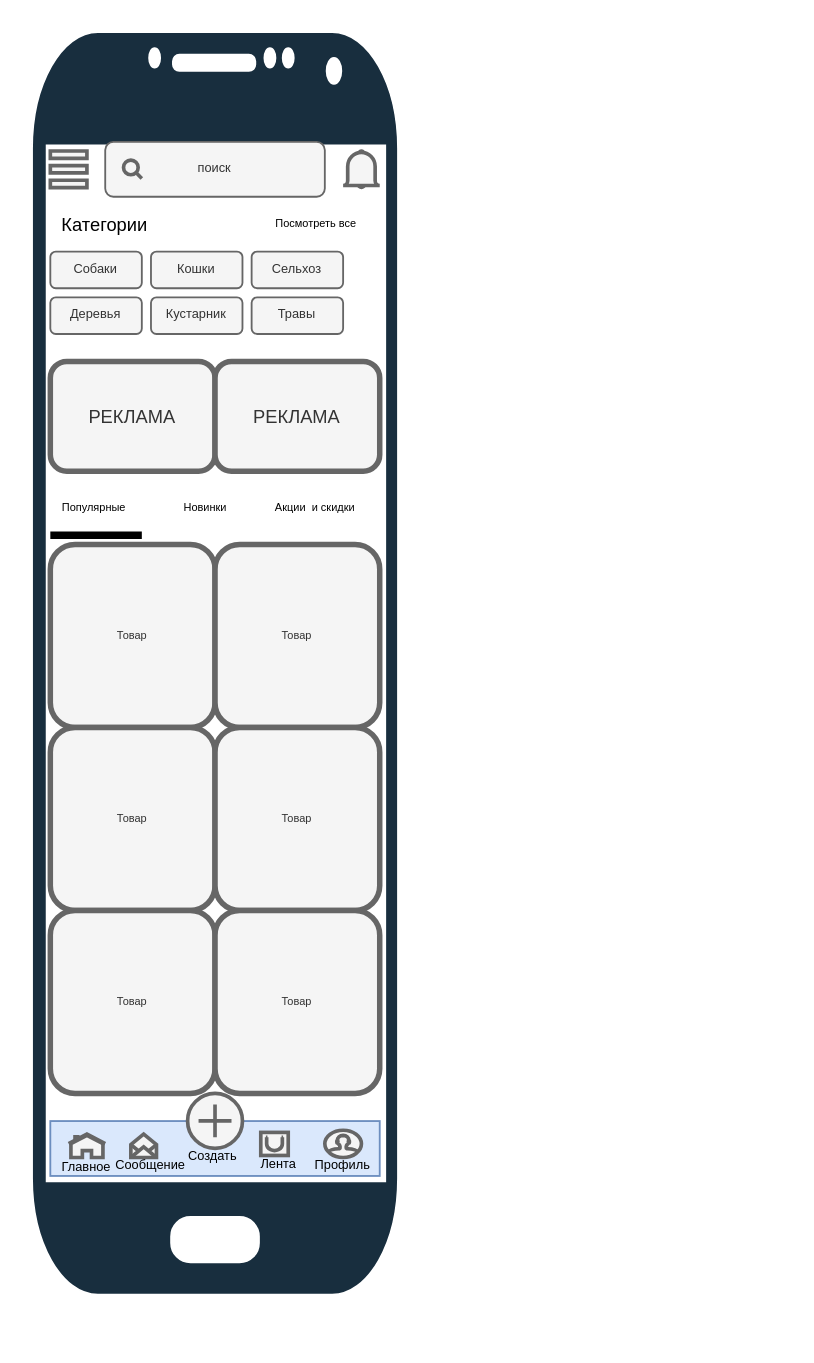
TDjamik/herewego keeps this draw.io diagram as Диаграмма без названия.drawio. Above is the earlier version. Source tidied: cells renumbered, new cells numbered last; positions are measured from the earlier drawing's top-left corner, leaving out a move shared by most shapes. Both pictures are drawn from the tidied source at 183%, with x=0, y=0 at pixel (31, 31).
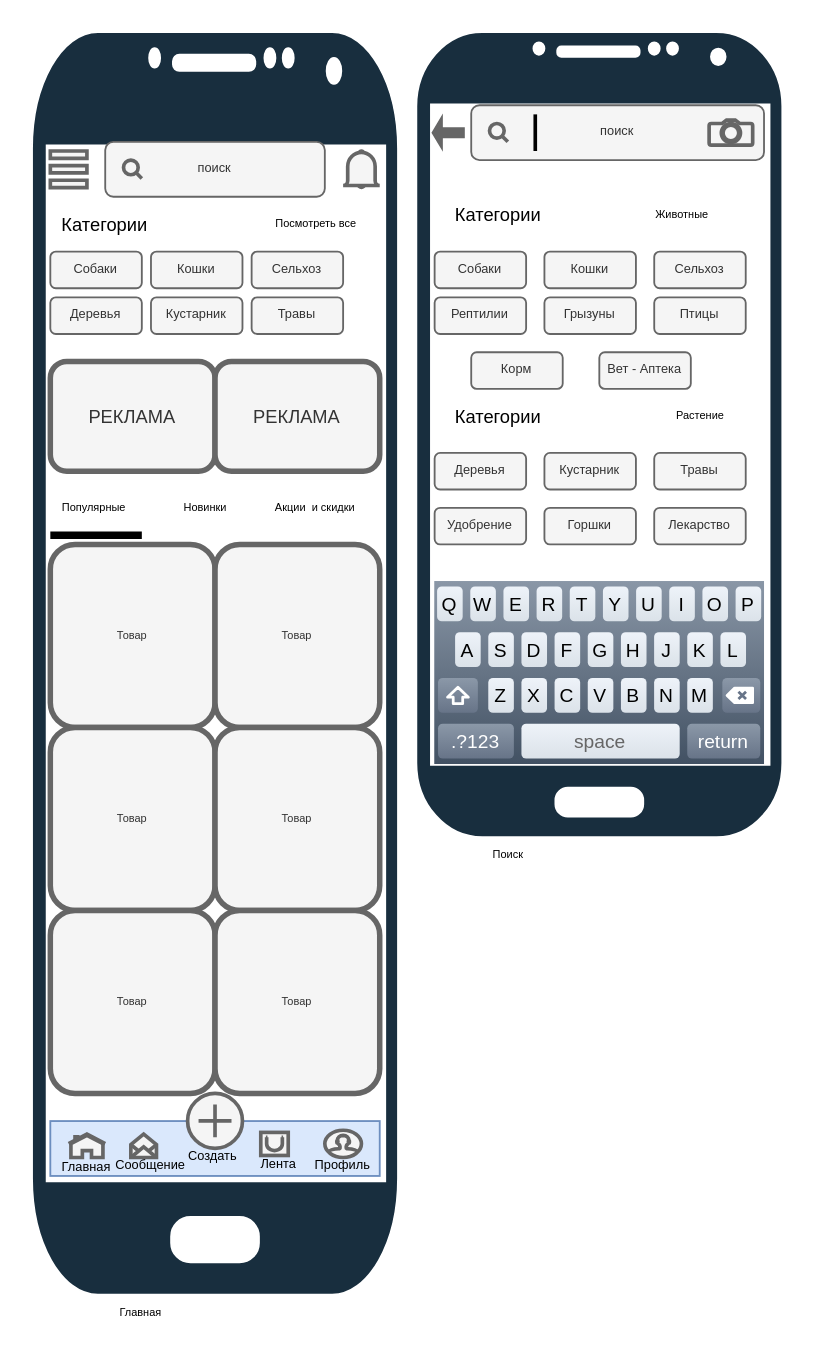
The same diagram, later.

The edit, as a diff of the source:
```diff
@@
-    <mxCell id="7" value="&lt;p&gt;&lt;font color=&quot;#000000&quot;&gt;&lt;span style=&quot;caret-color: rgb(0, 0, 0); font-size: 7px;&quot;&gt;Главное&lt;/span&gt;&lt;/font&gt;&lt;/p&gt;" style="text;html=1;strokeColor=none;fillColor=none;align=center;verticalAlign=middle;whiteSpace=wrap;rounded=0;fontColor=#FFFFFF;" parent="1" vertex="1">
+    <mxCell id="7" value="&lt;p&gt;&lt;font color=&quot;#000000&quot;&gt;&lt;span style=&quot;caret-color: rgb(0, 0, 0); font-size: 7px;&quot;&gt;Главная&lt;/span&gt;&lt;/font&gt;&lt;/p&gt;" style="text;html=1;strokeColor=none;fillColor=none;align=center;verticalAlign=middle;whiteSpace=wrap;rounded=0;fontColor=#FFFFFF;" parent="1" vertex="1">
       <mxGeometry x="10" y="613.8" width="40" height="10" as="geometry" />
     </mxCell>
@@
+    <mxCell id="38" value="Главная&amp;nbsp;" style="text;html=1;align=center;verticalAlign=middle;strokeColor=none;fillColor=none;fontSize=6;fontFamily=Helvetica;fontColor=#000000;" parent="1" vertex="1">
+      <mxGeometry x="35" y="690" width="50" height="20" as="geometry" />
+    </mxCell>
+    <mxCell id="39" style="verticalLabelPosition=bottom;verticalAlign=top;html=1;shadow=0;dashed=0;strokeWidth=1;shape=mxgraph.android.phone2;strokeColor=#FFFFFF;labelBackgroundColor=none;fillColor=#182E3E;fontColor=#FFFFFF;" parent="1" vertex="1">
+      <mxGeometry x="210" width="200" height="440" as="geometry" />
+    </mxCell>
+    <mxCell id="40" style="shape=singleArrow;direction=west;whiteSpace=wrap;html=1;labelBackgroundColor=none;fillStyle=solid;strokeColor=#666666;strokeWidth=3;fontFamily=Helvetica;fontSize=6;fontColor=#333333;fillColor=#f5f5f5;" parent="1" vertex="1">
+      <mxGeometry x="220" y="50" width="15" height="10" as="geometry" />
+    </mxCell>
+    <mxCell id="41" value="поиск" style="rounded=1;whiteSpace=wrap;html=1;labelBackgroundColor=none;strokeColor=#666666;fontFamily=Helvetica;fontSize=7;fontColor=#333333;fillColor=#f5f5f5;align=center;" parent="1" vertex="1">
+      <mxGeometry x="240" y="40" width="160" height="30" as="geometry" />
+    </mxCell>
+    <mxCell id="42" style="html=1;verticalLabelPosition=bottom;align=center;labelBackgroundColor=#ffffff;verticalAlign=top;strokeWidth=2;strokeColor=#666666;shadow=0;dashed=0;shape=mxgraph.ios7.icons.looking_glass;fontFamily=Helvetica;fontSize=7;fontColor=#333333;fillColor=#f5f5f5;" parent="1" vertex="1">
+      <mxGeometry x="250" y="50" width="10" height="10" as="geometry" />
+    </mxCell>
+    <mxCell id="43" style="html=1;verticalLabelPosition=bottom;align=center;labelBackgroundColor=#ffffff;verticalAlign=top;strokeWidth=2;strokeColor=#666666;shadow=0;dashed=0;shape=mxgraph.ios7.icons.camera;fillStyle=solid;fontFamily=Helvetica;fontSize=6;fontColor=#333333;fillColor=#f5f5f5;" parent="1" vertex="1">
+      <mxGeometry x="370" y="48.1" width="23.8" height="13.7" as="geometry" />
+    </mxCell>
+    <mxCell id="44" style="verticalLabelPosition=bottom;verticalAlign=top;html=1;shadow=0;dashed=0;strokeWidth=1;shape=mxgraph.ios.iKeybLett;sketch=0;labelBackgroundColor=none;fillStyle=solid;strokeColor=#000000;fontFamily=Helvetica;fontSize=6;fontColor=#000000;fillColor=#182E3E;" parent="1" vertex="1">
+      <mxGeometry x="219.8" y="300" width="180.2" height="100" as="geometry" />
+    </mxCell>
+    <mxCell id="45" value="Собаки" style="rounded=1;whiteSpace=wrap;html=1;labelBackgroundColor=none;strokeColor=#666666;fontFamily=Helvetica;fontSize=7;fontColor=#333333;fillColor=#f5f5f5;" parent="1" vertex="1">
+      <mxGeometry x="220" y="120" width="50" height="20" as="geometry" />
+    </mxCell>
+    <mxCell id="46" value="Категории" style="text;html=1;strokeColor=none;fillColor=none;align=center;verticalAlign=middle;whiteSpace=wrap;rounded=0;labelBackgroundColor=none;fontFamily=Helvetica;fontSize=10;fontColor=#000000;strokeWidth=3;" parent="1" vertex="1">
+      <mxGeometry x="225" y="85" width="60" height="30" as="geometry" />
+    </mxCell>
+    <mxCell id="47" value="Кошки" style="rounded=1;whiteSpace=wrap;html=1;labelBackgroundColor=none;strokeColor=#666666;fontFamily=Helvetica;fontSize=7;fontColor=#333333;fillColor=#f5f5f5;" parent="1" vertex="1">
+      <mxGeometry x="280" y="120" width="50" height="20" as="geometry" />
+    </mxCell>
+    <mxCell id="48" value="Сельхоз" style="rounded=1;whiteSpace=wrap;html=1;labelBackgroundColor=none;strokeColor=#666666;fontFamily=Helvetica;fontSize=7;fontColor=#333333;fillColor=#f5f5f5;" parent="1" vertex="1">
+      <mxGeometry x="340" y="120" width="50" height="20" as="geometry" />
+    </mxCell>
+    <mxCell id="49" value="Деревья" style="rounded=1;whiteSpace=wrap;html=1;labelBackgroundColor=none;strokeColor=#666666;fontFamily=Helvetica;fontSize=7;fontColor=#333333;fillColor=#f5f5f5;" parent="1" vertex="1">
+      <mxGeometry x="220" y="230" width="50" height="20" as="geometry" />
+    </mxCell>
+    <mxCell id="50" value="Кустарник" style="rounded=1;whiteSpace=wrap;html=1;labelBackgroundColor=none;strokeColor=#666666;fontFamily=Helvetica;fontSize=7;fontColor=#333333;fillColor=#f5f5f5;" parent="1" vertex="1">
+      <mxGeometry x="280" y="230" width="50" height="20" as="geometry" />
+    </mxCell>
+    <mxCell id="51" value="Травы" style="rounded=1;whiteSpace=wrap;html=1;labelBackgroundColor=none;strokeColor=#666666;fontFamily=Helvetica;fontSize=7;fontColor=#333333;fillColor=#f5f5f5;" parent="1" vertex="1">
+      <mxGeometry x="340" y="230" width="50" height="20" as="geometry" />
+    </mxCell>
+    <mxCell id="52" value="Рептилии" style="rounded=1;whiteSpace=wrap;html=1;labelBackgroundColor=none;strokeColor=#666666;fontFamily=Helvetica;fontSize=7;fontColor=#333333;fillColor=#f5f5f5;" parent="1" vertex="1">
+      <mxGeometry x="220" y="145" width="50" height="20" as="geometry" />
+    </mxCell>
+    <mxCell id="53" value="Грызуны" style="rounded=1;whiteSpace=wrap;html=1;labelBackgroundColor=none;strokeColor=#666666;fontFamily=Helvetica;fontSize=7;fontColor=#333333;fillColor=#f5f5f5;" parent="1" vertex="1">
+      <mxGeometry x="280" y="145" width="50" height="20" as="geometry" />
+    </mxCell>
+    <mxCell id="54" value="Птицы" style="rounded=1;whiteSpace=wrap;html=1;labelBackgroundColor=none;strokeColor=#666666;fontFamily=Helvetica;fontSize=7;fontColor=#333333;fillColor=#f5f5f5;" parent="1" vertex="1">
+      <mxGeometry x="340" y="145" width="50" height="20" as="geometry" />
+    </mxCell>
+    <mxCell id="55" value="Корм" style="rounded=1;whiteSpace=wrap;html=1;labelBackgroundColor=none;strokeColor=#666666;fontFamily=Helvetica;fontSize=7;fontColor=#333333;fillColor=#f5f5f5;" parent="1" vertex="1">
+      <mxGeometry x="240" y="175" width="50" height="20" as="geometry" />
+    </mxCell>
+    <mxCell id="56" value="Вет - Аптека" style="rounded=1;whiteSpace=wrap;html=1;labelBackgroundColor=none;strokeColor=#666666;fontFamily=Helvetica;fontSize=7;fontColor=#333333;fillColor=#f5f5f5;" parent="1" vertex="1">
+      <mxGeometry x="310" y="175" width="50" height="20" as="geometry" />
+    </mxCell>
+    <mxCell id="57" value="Животные" style="text;html=1;align=center;verticalAlign=middle;strokeColor=none;fillColor=none;fontSize=6;fontFamily=Helvetica;fontColor=#000000;" parent="1" vertex="1">
+      <mxGeometry x="330" y="90" width="50" height="20" as="geometry" />
+    </mxCell>
+    <mxCell id="58" value="Категории" style="text;html=1;strokeColor=none;fillColor=none;align=center;verticalAlign=middle;whiteSpace=wrap;rounded=0;labelBackgroundColor=none;fontFamily=Helvetica;fontSize=10;fontColor=#000000;strokeWidth=3;" parent="1" vertex="1">
+      <mxGeometry x="225" y="195" width="60" height="30" as="geometry" />
+    </mxCell>
+    <mxCell id="59" value="Растение" style="text;html=1;align=center;verticalAlign=middle;strokeColor=none;fillColor=none;fontSize=6;fontFamily=Helvetica;fontColor=#000000;" parent="1" vertex="1">
+      <mxGeometry x="340" y="200" width="50" height="20" as="geometry" />
+    </mxCell>
+    <mxCell id="60" value="Удобрение" style="rounded=1;whiteSpace=wrap;html=1;labelBackgroundColor=none;strokeColor=#666666;fontFamily=Helvetica;fontSize=7;fontColor=#333333;fillColor=#f5f5f5;" parent="1" vertex="1">
+      <mxGeometry x="220" y="260" width="50" height="20" as="geometry" />
+    </mxCell>
+    <mxCell id="61" value="Горшки" style="rounded=1;whiteSpace=wrap;html=1;labelBackgroundColor=none;strokeColor=#666666;fontFamily=Helvetica;fontSize=7;fontColor=#333333;fillColor=#f5f5f5;" parent="1" vertex="1">
+      <mxGeometry x="280" y="260" width="50" height="20" as="geometry" />
+    </mxCell>
+    <mxCell id="62" value="Лекарство" style="rounded=1;whiteSpace=wrap;html=1;labelBackgroundColor=none;strokeColor=#666666;fontFamily=Helvetica;fontSize=7;fontColor=#333333;fillColor=#f5f5f5;" parent="1" vertex="1">
+      <mxGeometry x="340" y="260" width="50" height="20" as="geometry" />
+    </mxCell>
+    <mxCell id="63" value="Поиск" style="text;html=1;align=center;verticalAlign=middle;strokeColor=none;fillColor=none;fontSize=6;fontFamily=Helvetica;fontColor=#000000;" parent="1" vertex="1">
+      <mxGeometry x="240" y="440" width="40" height="20" as="geometry" />
+    </mxCell>
+    <mxCell id="64" style="line;strokeWidth=2;direction=south;html=1;labelBackgroundColor=none;fillStyle=solid;strokeColor=#000000;fontFamily=Helvetica;fontSize=6;fontColor=#000000;fillColor=#182E3E;" parent="1" vertex="1">
+      <mxGeometry x="270" y="45" width="10" height="20" as="geometry" />
+    </mxCell>
```
